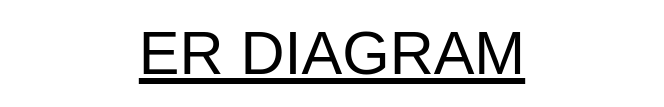
shuklaritvik06/BlogZenith keeps this draw.io diagram as ER.drawio. Above is the earlier version. Source tidied: cells renumbered, new cells numbered last; positions are measured from the earlier drawing's top-left corner, leaving out a move shared by most shapes. Both pictures are drawn from the tidied source at 100%, with x=0, y=0 at pixel (17, 38).
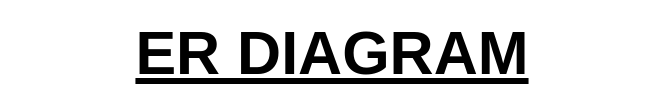
The same page after the edit.

What changed in the source:
```diff
@@
 <mxGraphModel>
   <root>
     <mxCell id="0" />
     <mxCell id="1" parent="0" />
-    <mxCell id="2" value="&lt;span style=&quot;font-size: 61px;&quot;&gt;&lt;u&gt;ER DIAGRAM&lt;/u&gt;&lt;/span&gt;" style="text;html=1;strokeColor=none;fillColor=none;align=center;verticalAlign=middle;whiteSpace=wrap;rounded=0;fontSize=29;" parent="1" vertex="1">
+    <mxCell id="2" value="&lt;span style=&quot;font-size: 61px;&quot;&gt;&lt;u&gt;&lt;b&gt;ER DIAGRAM&lt;/b&gt;&lt;/u&gt;&lt;/span&gt;" style="text;html=1;strokeColor=none;fillColor=none;align=center;verticalAlign=middle;whiteSpace=wrap;rounded=0;fontSize=29;" parent="1" vertex="1">
       <mxGeometry width="630" height="30" as="geometry" />
     </mxCell>
   </root>
 </mxGraphModel>
```
